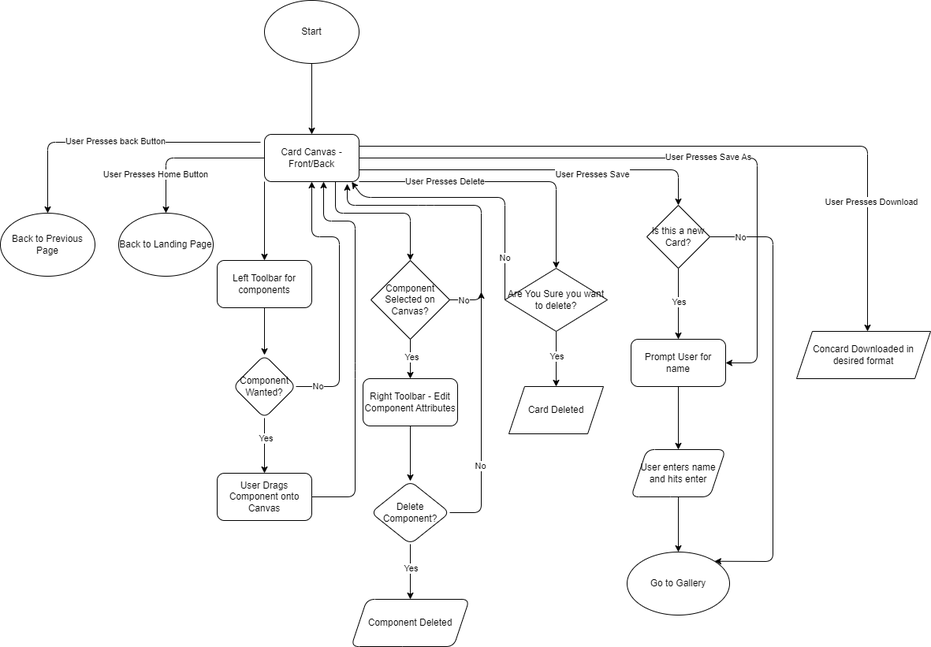
The draw.io diagram specs/flows/editor-page-flow-0.drawio.png in cse110-sp25-group29/cse110-sp25-group29, before a commit. Source tidied: cells renumbered, new cells last; positions are measured from the earlier drawing's top-left corner, leaving out a move shared by most shapes.
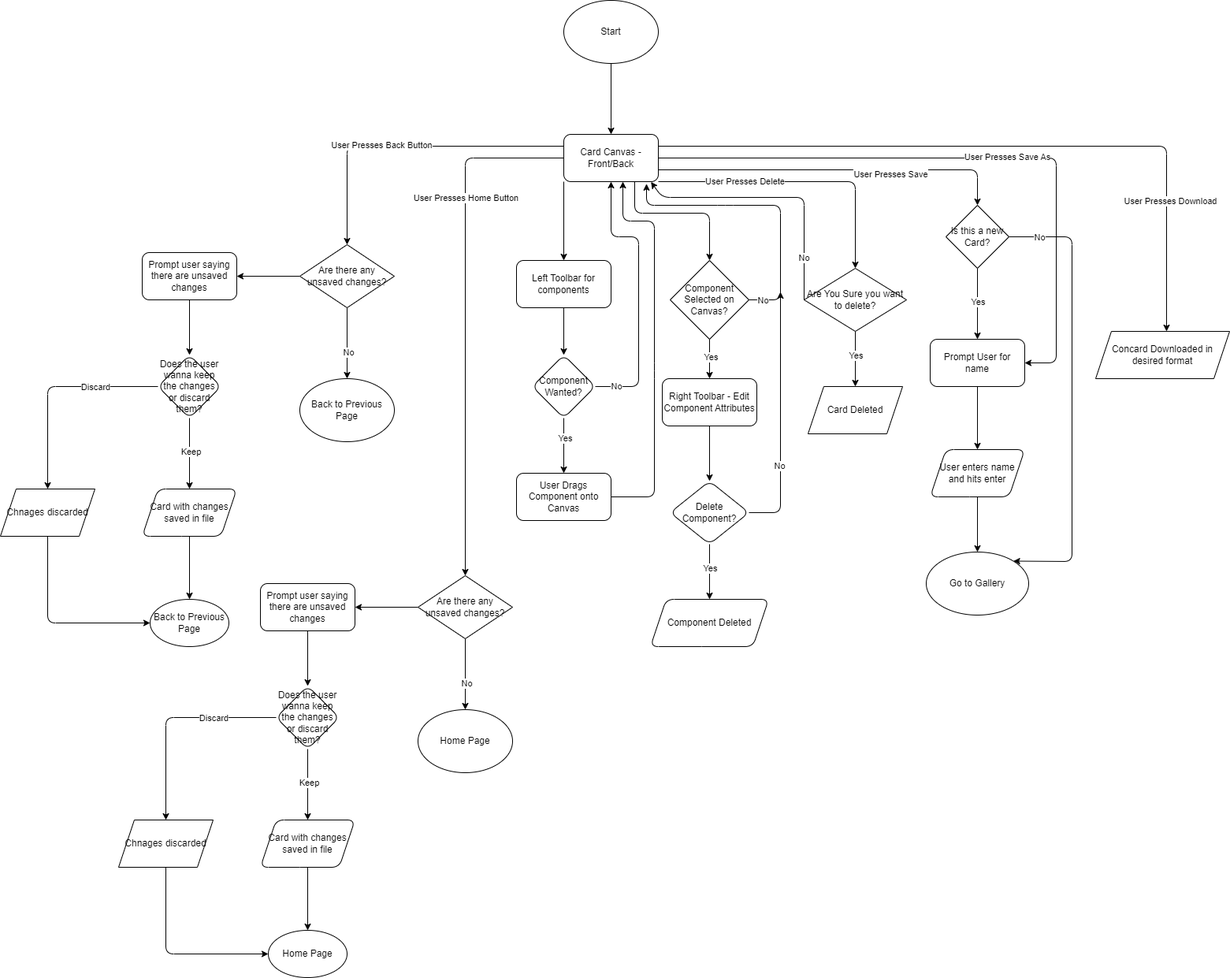
The same diagram one commit later.

Commit message:
flows updated for all pages

The edit, as a diff of the source:
```diff
@@ -8,18 +8,7 @@
     <mxCell id="3" value="Start" style="ellipse;whiteSpace=wrap;html=1;" parent="1" vertex="1">
       <mxGeometry x="335" width="120" height="80" as="geometry" />
     </mxCell>
-    <mxCell id="4" style="edgeStyle=none;html=1;" parent="1" edge="1" target="19">
-      <mxGeometry relative="1" as="geometry">
-        <mxPoint x="330" y="180" as="sourcePoint" />
-        <Array as="points">
-          <mxPoint x="60" y="180" />
-        </Array>
-      </mxGeometry>
-    </mxCell>
-    <mxCell id="5" value="User Presses back Button" style="edgeLabel;html=1;align=center;verticalAlign=middle;" parent="4" vertex="1">
-      <mxGeometry x="0.03" y="-2" relative="1" as="geometry" />
-    </mxCell>
-    <mxCell id="6" style="edgeStyle=none;html=1;exitX=0;exitY=0.5;exitDx=0;exitDy=0;" parent="1" edge="1" source="18" target="20">
+    <mxCell id="6" style="edgeStyle=none;html=1;exitX=0;exitY=0.5;exitDx=0;exitDy=0;entryX=0.5;entryY=0;entryDx=0;entryDy=0;" parent="1" edge="1" source="18" target="83">
       <mxGeometry relative="1" as="geometry">
         <Array as="points">
           <mxPoint x="210" y="200" />
@@ -28,7 +17,7 @@
     </mxCell>
     <mxCell id="7" value="User Presses Home Button" style="edgeLabel;html=1;align=center;verticalAlign=middle;" parent="6" vertex="1">
       <mxGeometry x="-0.02" y="-4" relative="1" as="geometry">
-        <mxPoint x="-44" y="24" as="offset" />
+        <mxPoint x="4" y="-145" as="offset" />
       </mxGeometry>
     </mxCell>
     <mxCell id="8" style="edgeStyle=none;html=1;exitX=0;exitY=1;exitDx=0;exitDy=0;" parent="1" edge="1" source="18" target="22">
@@ -86,15 +75,22 @@
     <mxCell id="17" value="User Presses Download" style="edgeLabel;html=1;align=center;verticalAlign=middle;" parent="16" vertex="1">
       <mxGeometry x="0.63" y="4" relative="1" as="geometry" />
     </mxCell>
+    <mxCell id="61" style="edgeStyle=none;html=1;exitX=0;exitY=0.25;exitDx=0;exitDy=0;" parent="1" edge="1" source="18" target="66">
+      <mxGeometry relative="1" as="geometry">
+        <Array as="points">
+          <mxPoint x="60" y="185" />
+        </Array>
+      </mxGeometry>
+    </mxCell>
+    <mxCell id="62" value="User Presses Back Button" style="edgeLabel;html=1;align=center;verticalAlign=middle;" parent="61" vertex="1">
+      <mxGeometry x="0.16" y="-2" relative="1" as="geometry" />
+    </mxCell>
     <mxCell id="18" value="Card Canvas - Front/Back" style="rounded=1;whiteSpace=wrap;html=1;" parent="1" vertex="1">
       <mxGeometry x="335" y="170" width="120" height="60" as="geometry" />
     </mxCell>
     <mxCell id="19" value="Back to Previous Page" style="ellipse;whiteSpace=wrap;html=1;rounded=1;" parent="1" vertex="1">
-      <mxGeometry y="270" width="120" height="80" as="geometry" />
+      <mxGeometry y="480" width="120" height="80" as="geometry" />
     </mxCell>
-    <mxCell id="20" value="Back to Landing Page" style="ellipse;whiteSpace=wrap;html=1;" parent="1" vertex="1">
-      <mxGeometry x="150" y="270" width="120" height="80" as="geometry" />
-    </mxCell>
     <mxCell id="21" style="edgeStyle=none;html=1;" parent="1" edge="1" source="22" target="27">
       <mxGeometry relative="1" as="geometry" />
     </mxCell>
@@ -259,5 +255,126 @@
     <mxCell id="60" value="Concard Downloaded in desired format" style="shape=parallelogram;perimeter=parallelogramPerimeter;whiteSpace=wrap;html=1;fixedSize=1;" parent="1" vertex="1">
       <mxGeometry x="1010" y="420" width="170" height="60" as="geometry" />
     </mxCell>
+    <mxCell id="63" style="edgeStyle=none;html=1;entryX=0.5;entryY=0;entryDx=0;entryDy=0;" parent="1" edge="1" source="66" target="19">
+      <mxGeometry relative="1" as="geometry" />
+    </mxCell>
+    <mxCell id="64" value="No" style="edgeLabel;html=1;align=center;verticalAlign=middle;" parent="63" vertex="1">
+      <mxGeometry x="0.24" y="1" relative="1" as="geometry" />
+    </mxCell>
+    <mxCell id="65" style="edgeStyle=none;html=1;" parent="1" edge="1" source="66" target="68">
+      <mxGeometry relative="1" as="geometry" />
+    </mxCell>
+    <mxCell id="66" value="Are there any unsaved changes?" style="rhombus;whiteSpace=wrap;html=1;" parent="1" vertex="1">
+      <mxGeometry y="310" width="120" height="80" as="geometry" />
+    </mxCell>
+    <mxCell id="67" style="edgeStyle=none;html=1;" parent="1" edge="1" source="68" target="73">
+      <mxGeometry relative="1" as="geometry" />
+    </mxCell>
+    <mxCell id="68" value="Prompt user saying there are unsaved changes" style="rounded=1;whiteSpace=wrap;html=1;" parent="1" vertex="1">
+      <mxGeometry x="-200" y="320" width="120" height="60" as="geometry" />
+    </mxCell>
+    <mxCell id="69" style="edgeStyle=none;html=1;" parent="1" edge="1" source="73" target="75">
+      <mxGeometry relative="1" as="geometry" />
+    </mxCell>
+    <mxCell id="70" value="Keep" style="edgeLabel;html=1;align=center;verticalAlign=middle;" parent="69" vertex="1">
+      <mxGeometry x="-0.05" y="1" relative="1" as="geometry" />
+    </mxCell>
+    <mxCell id="71" style="edgeStyle=none;html=1;" parent="1" edge="1" source="73" target="78">
+      <mxGeometry relative="1" as="geometry">
+        <Array as="points">
+          <mxPoint x="-320" y="490" />
+        </Array>
+      </mxGeometry>
+    </mxCell>
+    <mxCell id="72" value="Discard" style="edgeLabel;html=1;align=center;verticalAlign=middle;" parent="71" vertex="1">
+      <mxGeometry x="-0.38" y="5" relative="1" as="geometry">
+        <mxPoint x="4" y="-5" as="offset" />
+      </mxGeometry>
+    </mxCell>
+    <mxCell id="73" value="Does the user wanna keep the changes or discard them?" style="rhombus;whiteSpace=wrap;html=1;rounded=1;" parent="1" vertex="1">
+      <mxGeometry x="-180" y="450" width="80" height="80" as="geometry" />
+    </mxCell>
+    <mxCell id="74" style="edgeStyle=none;html=1;" parent="1" edge="1" source="75" target="76">
+      <mxGeometry relative="1" as="geometry" />
+    </mxCell>
+    <mxCell id="75" value="Card with changes saved in file" style="shape=parallelogram;perimeter=parallelogramPerimeter;whiteSpace=wrap;html=1;fixedSize=1;rounded=1;" parent="1" vertex="1">
+      <mxGeometry x="-200" y="620" width="120" height="60" as="geometry" />
+    </mxCell>
+    <mxCell id="76" value="Back to Previous Page" style="ellipse;whiteSpace=wrap;html=1;rounded=1;" parent="1" vertex="1">
+      <mxGeometry x="-190" y="760" width="100" height="60" as="geometry" />
+    </mxCell>
+    <mxCell id="77" style="edgeStyle=none;html=1;entryX=0;entryY=0.5;entryDx=0;entryDy=0;" parent="1" edge="1" source="78" target="76">
+      <mxGeometry relative="1" as="geometry">
+        <Array as="points">
+          <mxPoint x="-320" y="790" />
+        </Array>
+      </mxGeometry>
+    </mxCell>
+    <mxCell id="78" value="Chnages discarded" style="shape=parallelogram;perimeter=parallelogramPerimeter;whiteSpace=wrap;html=1;fixedSize=1;" parent="1" vertex="1">
+      <mxGeometry x="-380" y="620" width="120" height="60" as="geometry" />
+    </mxCell>
+    <mxCell id="79" value="Home Page" style="ellipse;whiteSpace=wrap;html=1;rounded=1;" parent="1" vertex="1">
+      <mxGeometry x="150" y="900" width="120" height="80" as="geometry" />
+    </mxCell>
+    <mxCell id="80" style="edgeStyle=none;html=1;entryX=0.5;entryY=0;entryDx=0;entryDy=0;" parent="1" edge="1" source="83" target="79">
+      <mxGeometry relative="1" as="geometry" />
+    </mxCell>
+    <mxCell id="81" value="No" style="edgeLabel;html=1;align=center;verticalAlign=middle;" parent="80" vertex="1">
+      <mxGeometry x="0.24" y="1" relative="1" as="geometry" />
+    </mxCell>
+    <mxCell id="82" style="edgeStyle=none;html=1;" parent="1" edge="1" source="83" target="85">
+      <mxGeometry relative="1" as="geometry" />
+    </mxCell>
+    <mxCell id="83" value="Are there any unsaved changes?" style="rhombus;whiteSpace=wrap;html=1;" parent="1" vertex="1">
+      <mxGeometry x="150" y="730" width="120" height="80" as="geometry" />
+    </mxCell>
+    <mxCell id="84" style="edgeStyle=none;html=1;" parent="1" edge="1" source="85" target="90">
+      <mxGeometry relative="1" as="geometry" />
+    </mxCell>
+    <mxCell id="85" value="Prompt user saying there are unsaved changes" style="rounded=1;whiteSpace=wrap;html=1;" parent="1" vertex="1">
+      <mxGeometry x="-50" y="740" width="120" height="60" as="geometry" />
+    </mxCell>
+    <mxCell id="86" style="edgeStyle=none;html=1;" parent="1" edge="1" source="90" target="92">
+      <mxGeometry relative="1" as="geometry" />
+    </mxCell>
+    <mxCell id="87" value="Keep" style="edgeLabel;html=1;align=center;verticalAlign=middle;" parent="86" vertex="1">
+      <mxGeometry x="-0.05" y="1" relative="1" as="geometry" />
+    </mxCell>
+    <mxCell id="88" style="edgeStyle=none;html=1;" parent="1" edge="1" source="90">
+      <mxGeometry relative="1" as="geometry">
+        <mxPoint x="-170" y="1040" as="targetPoint" />
+        <Array as="points">
+          <mxPoint x="-170" y="910" />
+        </Array>
+      </mxGeometry>
+    </mxCell>
+    <mxCell id="89" value="Discard" style="edgeLabel;html=1;align=center;verticalAlign=middle;" parent="88" vertex="1">
+      <mxGeometry x="-0.38" y="5" relative="1" as="geometry">
+        <mxPoint x="4" y="-5" as="offset" />
+      </mxGeometry>
+    </mxCell>
+    <mxCell id="90" value="Does the user wanna keep the changes or discard them?" style="rhombus;whiteSpace=wrap;html=1;rounded=1;" parent="1" vertex="1">
+      <mxGeometry x="-30" y="870" width="80" height="80" as="geometry" />
+    </mxCell>
+    <mxCell id="91" style="edgeStyle=none;html=1;" parent="1" edge="1" source="92" target="93">
+      <mxGeometry relative="1" as="geometry" />
+    </mxCell>
+    <mxCell id="92" value="Card with changes saved in file" style="shape=parallelogram;perimeter=parallelogramPerimeter;whiteSpace=wrap;html=1;fixedSize=1;rounded=1;" parent="1" vertex="1">
+      <mxGeometry x="-50" y="1040" width="120" height="60" as="geometry" />
+    </mxCell>
+    <mxCell id="93" value="Home Page" style="ellipse;whiteSpace=wrap;html=1;rounded=1;" parent="1" vertex="1">
+      <mxGeometry x="-40" y="1180" width="100" height="60" as="geometry" />
+    </mxCell>
+    <mxCell id="94" style="edgeStyle=none;html=1;entryX=0;entryY=0.5;entryDx=0;entryDy=0;" parent="1" edge="1" target="93">
+      <mxGeometry relative="1" as="geometry">
+        <mxPoint x="-170" y="1100" as="sourcePoint" />
+        <Array as="points">
+          <mxPoint x="-170" y="1210" />
+        </Array>
+      </mxGeometry>
+    </mxCell>
+    <mxCell id="95" value="Chnages discarded" style="shape=parallelogram;perimeter=parallelogramPerimeter;whiteSpace=wrap;html=1;fixedSize=1;" parent="1" vertex="1">
+      <mxGeometry x="-230" y="1040" width="120" height="60" as="geometry" />
+    </mxCell>
   </root>
 </mxGraphModel>
```
